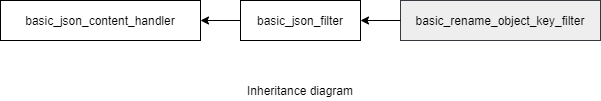
This is doc/ref/diagrams/rename_object_key_filter.png from danielaparker/jsoncons, a draw.io export, as it was before one commit. Source tidied: cells renumbered, new cells last; positions are measured from the earlier drawing's top-left corner, leaving out a move shared by most shapes.
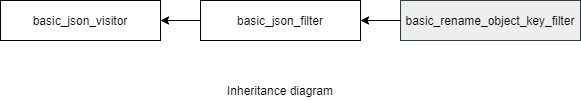
After the commit.

Change to the diagram source:
```diff
@@ -3,19 +3,19 @@
     <mxCell id="0" />
     <mxCell id="1" parent="0" />
     <mxCell id="2" value="basic_json_filter&lt;br&gt;" style="rounded=0;whiteSpace=wrap;html=1;" parent="1" vertex="1">
-      <mxGeometry x="240" width="120" height="40" as="geometry" />
+      <mxGeometry x="200" width="160" height="40" as="geometry" />
     </mxCell>
     <mxCell id="3" value="basic_rename_object_key_filter" style="rounded=0;whiteSpace=wrap;html=1;fillColor=#eeeeee;strokeColor=#36393d;" parent="1" vertex="1">
-      <mxGeometry x="400" width="200" height="40" as="geometry" />
+      <mxGeometry x="400" width="180" height="40" as="geometry" />
     </mxCell>
     <mxCell id="4" style="endArrow=classic;html=1;exitX=0;exitY=0.5;exitDx=0;exitDy=0;entryX=1;entryY=0.5;entryDx=0;entryDy=0;" parent="1" edge="1" source="3" target="2">
       <mxGeometry relative="1" as="geometry" />
     </mxCell>
     <mxCell id="5" value="Inheritance diagram" style="text;html=1;strokeColor=none;fillColor=none;align=center;verticalAlign=middle;whiteSpace=wrap;rounded=0;" parent="1" vertex="1">
-      <mxGeometry x="235" y="80" width="130" height="20" as="geometry" />
+      <mxGeometry x="215" y="80" width="130" height="20" as="geometry" />
     </mxCell>
-    <mxCell id="6" value="&lt;span&gt;basic_json_content_handler&lt;/span&gt;" style="rounded=0;whiteSpace=wrap;html=1;" parent="1" vertex="1">
-      <mxGeometry width="200" height="40" as="geometry" />
+    <mxCell id="6" value="&lt;span&gt;basic_json_visitor&lt;/span&gt;" style="rounded=0;whiteSpace=wrap;html=1;" parent="1" vertex="1">
+      <mxGeometry width="160" height="40" as="geometry" />
     </mxCell>
     <mxCell id="7" style="endArrow=classic;html=1;exitX=0;exitY=0.5;exitDx=0;exitDy=0;entryX=1;entryY=0.5;entryDx=0;entryDy=0;" parent="1" edge="1" source="2" target="6">
       <mxGeometry relative="1" as="geometry" />
```
